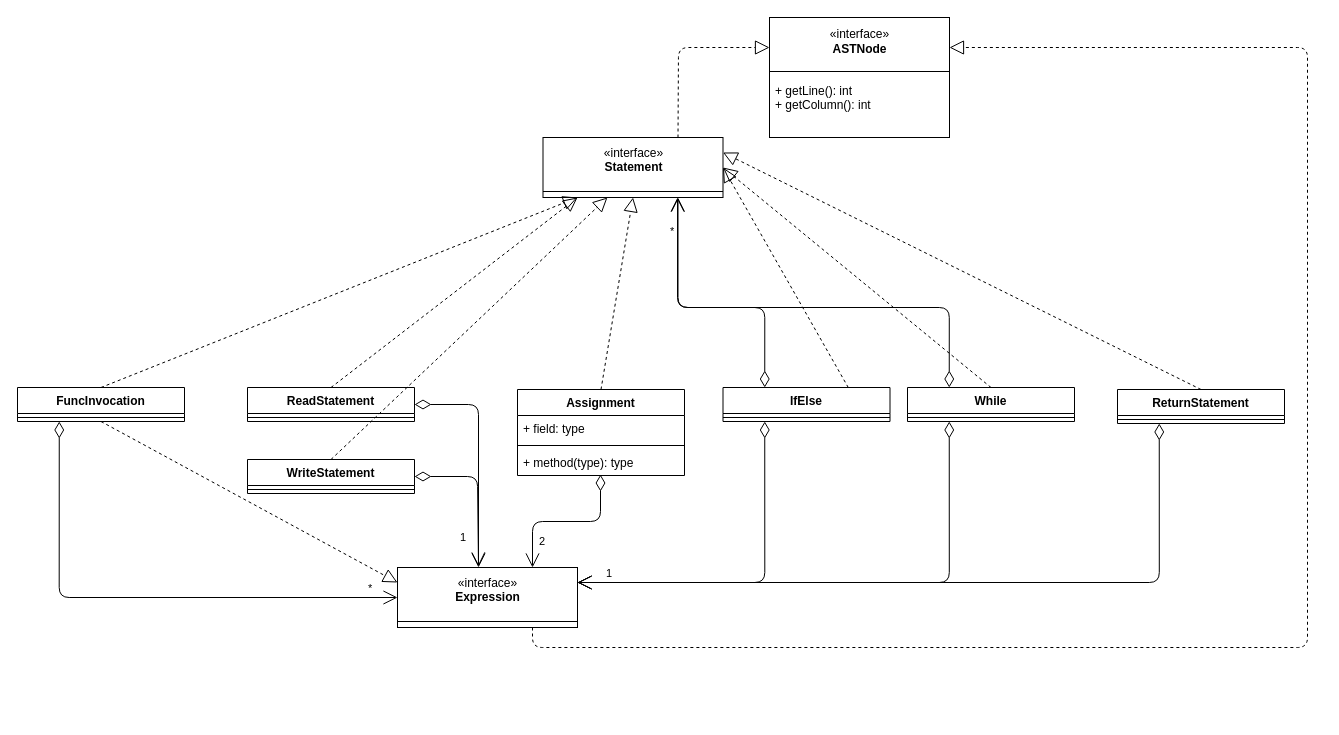
This is src/diagrams/statements.drawio from UO258220/DLP_cmm, a draw.io file, before an edit. Source tidied: cells renumbered, new cells numbered last; positions are measured from the earlier drawing's top-left corner, leaving out a move shared by most shapes. Both pictures are drawn from the tidied source at 100%, with x=0, y=0 at pixel (17, 17).
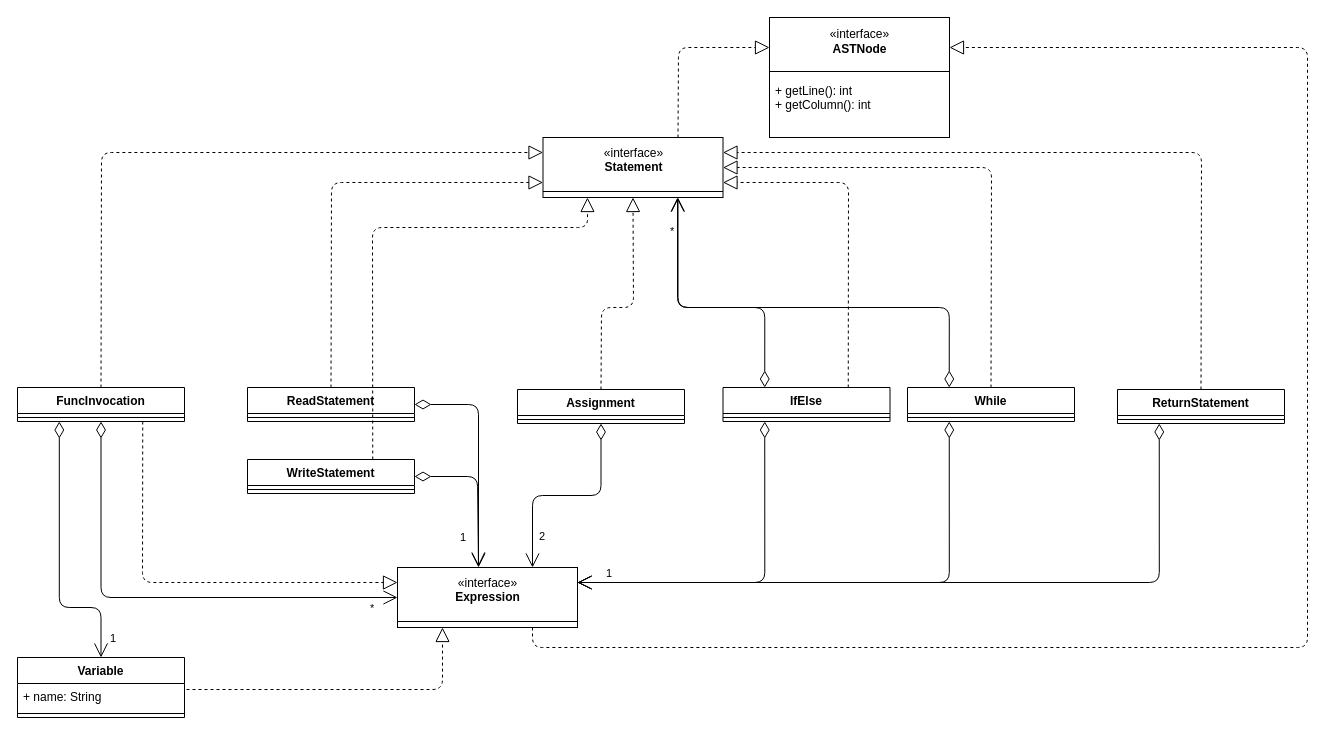
Above is the later version.

Unchanged cells that the change refers to:
```xml
<mxCell id="3" value="«interface»&lt;br&gt;&lt;b&gt;Expression&lt;br&gt;&lt;br&gt;&lt;/b&gt;" style="html=1;" parent="2" vertex="1">
  <mxGeometry width="180" height="60" as="geometry" />
</mxCell>
<mxCell id="10" value="«interface»&lt;br&gt;&lt;b&gt;Statement&lt;br&gt;&lt;br&gt;&lt;/b&gt;" style="html=1;" parent="9" vertex="1">
  <mxGeometry width="180" height="60" as="geometry" />
</mxCell>
<mxCell id="11" style="line;strokeWidth=1;fillColor=none;align=left;verticalAlign=middle;spacingTop=-1;spacingLeft=3;spacingRight=3;labelPosition=right;points=[];portConstraint=eastwest;" parent="9" vertex="1">
  <mxGeometry y="50" width="180" height="8" as="geometry" />
</mxCell>
<mxCell id="20" value="ReadStatement" style="swimlane;fontStyle=1;align=center;verticalAlign=top;horizontal=1;startSize=26;" parent="1" vertex="1">
  <mxGeometry x="230" y="370" width="167" height="34" as="geometry" />
</mxCell>
<mxCell id="22" value="WriteStatement" style="swimlane;fontStyle=1;align=center;verticalAlign=top;horizontal=1;startSize=26;" parent="1" vertex="1">
  <mxGeometry x="230" y="442" width="167" height="34" as="geometry" />
</mxCell>
<mxCell id="28" value="IfElse" style="swimlane;fontStyle=1;align=center;verticalAlign=top;horizontal=1;startSize=26;" parent="1" vertex="1">
  <mxGeometry x="705.5" y="370" width="167" height="34" as="geometry" />
</mxCell>
<mxCell id="33" value="While" style="swimlane;fontStyle=1;align=center;verticalAlign=top;horizontal=1;startSize=26;" parent="1" vertex="1">
  <mxGeometry x="890" y="370" width="167" height="34" as="geometry" />
</mxCell>
<mxCell id="38" value="ReturnStatement" style="swimlane;fontStyle=1;align=center;verticalAlign=top;horizontal=1;startSize=26;" parent="1" vertex="1">
  <mxGeometry x="1100" y="372" width="167" height="34" as="geometry" />
</mxCell>
<mxCell id="42" value="FuncInvocation" style="swimlane;fontStyle=1;align=center;verticalAlign=top;horizontal=1;startSize=26;" parent="1" vertex="1">
  <mxGeometry y="370" width="167" height="34" as="geometry" />
</mxCell>
```

What changed in the source:
```diff
@@
     <mxCell id="5" value="Assignment" style="swimlane;fontStyle=1;align=center;verticalAlign=top;horizontal=1;startSize=26;" parent="1" vertex="1">
-      <mxGeometry x="500" y="372" width="167" height="86" as="geometry" />
+      <mxGeometry x="500" y="372" width="167" height="34" as="geometry" />
     </mxCell>
-    <mxCell id="6" value="+ field: type" style="text;strokeColor=none;fillColor=none;align=left;verticalAlign=top;spacingLeft=4;spacingRight=4;overflow=hidden;" parent="5" vertex="1">
-      <mxGeometry y="26" width="167" height="26" as="geometry" />
-    </mxCell>
     <mxCell id="7" style="line;strokeWidth=1;fillColor=none;align=left;verticalAlign=middle;spacingTop=-1;spacingLeft=3;spacingRight=3;labelPosition=right;" parent="5" vertex="1">
-      <mxGeometry y="52" width="167" height="8" as="geometry" />
+      <mxGeometry y="26" width="167" height="8" as="geometry" />
     </mxCell>
-    <mxCell id="8" value="+ method(type): type" style="text;strokeColor=none;fillColor=none;align=left;verticalAlign=top;spacingLeft=4;spacingRight=4;overflow=hidden;points=[[0,0.5],[1,0.5]];portConstraint=eastwest;" parent="5" vertex="1">
-      <mxGeometry y="60" width="167" height="26" as="geometry" />
-    </mxCell>
@@
     <mxCell id="12" style="endArrow=block;dashed=1;endFill=0;endSize=12;html=1;entryX=0.5;entryY=1;entryDx=0;entryDy=0;exitX=0.5;exitY=0;exitDx=0;exitDy=0;" parent="1" edge="1" source="5" target="10">
-      <mxGeometry relative="1" as="geometry" />
+      <mxGeometry relative="1" as="geometry">
+        <Array as="points">
+          <mxPoint x="584" y="290" />
+          <mxPoint x="616" y="290" />
+        </Array>
+      </mxGeometry>
     </mxCell>
-    <mxCell id="13" value="2" style="endArrow=open;html=1;endSize=12;startArrow=diamondThin;startSize=14;startFill=0;edgeStyle=orthogonalEdgeStyle;align=left;verticalAlign=bottom;entryX=0.75;entryY=0;entryDx=0;entryDy=0;exitX=0.497;exitY=0.962;exitDx=0;exitDy=0;exitPerimeter=0;" parent="1" edge="1" source="8" target="3">
+    <mxCell id="13" value="2" style="endArrow=open;html=1;endSize=12;startArrow=diamondThin;startSize=14;startFill=0;edgeStyle=orthogonalEdgeStyle;align=left;verticalAlign=bottom;entryX=0.75;entryY=0;entryDx=0;entryDy=0;exitX=0.5;exitY=1;exitDx=0;exitDy=0;" parent="1" edge="1" source="5" target="3">
       <mxGeometry x="0.79" y="5" relative="1" as="geometry" />
     </mxCell>
@@
-    <mxCell id="24" style="endArrow=block;dashed=1;endFill=0;endSize=12;html=1;entryX=0.358;entryY=1.25;entryDx=0;entryDy=0;exitX=0.5;exitY=0;exitDx=0;exitDy=0;entryPerimeter=0;" parent="1" edge="1" source="22" target="11">
-      <mxGeometry relative="1" as="geometry" />
+    <mxCell id="24" style="endArrow=block;dashed=1;endFill=0;endSize=12;html=1;entryX=0.247;entryY=1;entryDx=0;entryDy=0;exitX=0.75;exitY=0;exitDx=0;exitDy=0;entryPerimeter=0;" parent="1" edge="1" source="22" target="10">
+      <mxGeometry relative="1" as="geometry">
+        <Array as="points">
+          <mxPoint x="355" y="210" />
+          <mxPoint x="570" y="210" />
+        </Array>
+      </mxGeometry>
     </mxCell>
-    <mxCell id="25" style="endArrow=block;dashed=1;endFill=0;endSize=12;html=1;entryX=0.192;entryY=1;entryDx=0;entryDy=0;exitX=0.5;exitY=0;exitDx=0;exitDy=0;entryPerimeter=0;" parent="1" edge="1" source="20" target="10">
-      <mxGeometry relative="1" as="geometry" />
+    <mxCell id="25" style="endArrow=block;dashed=1;endFill=0;endSize=12;html=1;entryX=0;entryY=0.75;entryDx=0;entryDy=0;exitX=0.5;exitY=0;exitDx=0;exitDy=0;" parent="1" edge="1" source="20" target="10">
+      <mxGeometry relative="1" as="geometry">
+        <Array as="points">
+          <mxPoint x="314" y="165" />
+        </Array>
+      </mxGeometry>
     </mxCell>
@@
-    <mxCell id="32" style="endArrow=block;dashed=1;endFill=0;endSize=12;html=1;exitX=0.75;exitY=0;exitDx=0;exitDy=0;entryX=1;entryY=0.5;entryDx=0;entryDy=0;" parent="1" edge="1" source="28" target="10">
-      <mxGeometry relative="1" as="geometry" />
+    <mxCell id="32" style="endArrow=block;dashed=1;endFill=0;endSize=12;html=1;exitX=0.75;exitY=0;exitDx=0;exitDy=0;entryX=1;entryY=0.75;entryDx=0;entryDy=0;" parent="1" edge="1" source="28" target="10">
+      <mxGeometry relative="1" as="geometry">
+        <Array as="points">
+          <mxPoint x="831" y="165" />
+        </Array>
+      </mxGeometry>
     </mxCell>
@@
     <mxCell id="36" style="endArrow=block;dashed=1;endFill=0;endSize=12;html=1;entryX=1;entryY=0.5;entryDx=0;entryDy=0;exitX=0.5;exitY=0;exitDx=0;exitDy=0;" parent="1" edge="1" source="33" target="10">
-      <mxGeometry relative="1" as="geometry" />
+      <mxGeometry relative="1" as="geometry">
+        <Array as="points">
+          <mxPoint x="974" y="150" />
+        </Array>
+      </mxGeometry>
     </mxCell>
@@
     <mxCell id="41" style="endArrow=block;dashed=1;endFill=0;endSize=12;html=1;exitX=0.5;exitY=0;exitDx=0;exitDy=0;entryX=1;entryY=0.25;entryDx=0;entryDy=0;" parent="1" edge="1" source="38" target="10">
-      <mxGeometry relative="1" as="geometry" />
+      <mxGeometry relative="1" as="geometry">
+        <Array as="points">
+          <mxPoint x="1184" y="135" />
+        </Array>
+      </mxGeometry>
     </mxCell>
@@
-    <mxCell id="44" value="*" style="endArrow=open;html=1;endSize=12;startArrow=diamondThin;startSize=14;startFill=0;edgeStyle=orthogonalEdgeStyle;align=left;verticalAlign=bottom;entryX=0;entryY=0.5;entryDx=0;entryDy=0;exitX=0.25;exitY=1;exitDx=0;exitDy=0;" parent="1" edge="1" source="42" target="3">
-      <mxGeometry x="0.88" relative="1" as="geometry">
+    <mxCell id="44" value="*" style="endArrow=open;html=1;endSize=12;startArrow=diamondThin;startSize=14;startFill=0;edgeStyle=orthogonalEdgeStyle;align=left;verticalAlign=bottom;entryX=0;entryY=0.5;entryDx=0;entryDy=0;exitX=0.5;exitY=1;exitDx=0;exitDy=0;" parent="1" edge="1" source="42" target="3">
+      <mxGeometry x="0.87" y="-20" relative="1" as="geometry">
         <Array as="points">
-          <mxPoint x="42" y="580" />
+          <mxPoint x="84" y="580" />
         </Array>
+        <mxPoint x="1" as="offset" />
       </mxGeometry>
     </mxCell>
-    <mxCell id="45" style="endArrow=block;dashed=1;endFill=0;endSize=12;html=1;exitX=0.5;exitY=0;exitDx=0;exitDy=0;" parent="1" edge="1" source="42">
+    <mxCell id="45" style="endArrow=block;dashed=1;endFill=0;endSize=12;html=1;exitX=0.5;exitY=0;exitDx=0;exitDy=0;entryX=0;entryY=0.25;entryDx=0;entryDy=0;" parent="1" edge="1" source="42" target="10">
       <mxGeometry relative="1" as="geometry">
-        <mxPoint x="560" y="180" as="targetPoint" />
+        <Array as="points">
+          <mxPoint x="84" y="135" />
+        </Array>
       </mxGeometry>
     </mxCell>
@@
-    <mxCell id="47" style="endArrow=block;dashed=1;endFill=0;endSize=12;html=1;exitX=0.5;exitY=1;exitDx=0;exitDy=0;entryX=0;entryY=0.25;entryDx=0;entryDy=0;" parent="1" edge="1" source="42" target="3">
-      <mxGeometry relative="1" as="geometry" />
+    <mxCell id="47" style="endArrow=block;dashed=1;endFill=0;endSize=12;html=1;exitX=0.75;exitY=1;exitDx=0;exitDy=0;entryX=0;entryY=0.25;entryDx=0;entryDy=0;" parent="1" edge="1" source="42" target="3">
+      <mxGeometry relative="1" as="geometry">
+        <Array as="points">
+          <mxPoint x="125" y="565" />
+        </Array>
+      </mxGeometry>
     </mxCell>
+    <mxCell id="48" value="Variable" style="swimlane;fontStyle=1;align=center;verticalAlign=top;horizontal=1;startSize=26;" parent="1" vertex="1">
+      <mxGeometry y="640" width="167" height="60" as="geometry" />
+    </mxCell>
+    <mxCell id="49" value="+ name: String" style="text;strokeColor=none;fillColor=none;align=left;verticalAlign=top;spacingLeft=4;spacingRight=4;overflow=hidden;points=[[0,0.5],[1,0.5]];portConstraint=eastwest;" parent="48" vertex="1">
+      <mxGeometry y="26" width="167" height="26" as="geometry" />
+    </mxCell>
+    <mxCell id="50" style="line;strokeWidth=1;fillColor=none;align=left;verticalAlign=middle;spacingTop=-1;spacingLeft=3;spacingRight=3;labelPosition=right;" parent="48" vertex="1">
+      <mxGeometry y="52" width="167" height="8" as="geometry" />
+    </mxCell>
+    <mxCell id="51" value="1" style="endArrow=open;html=1;endSize=12;startArrow=diamondThin;startSize=14;startFill=0;edgeStyle=orthogonalEdgeStyle;align=left;verticalAlign=bottom;entryX=0.5;entryY=0;entryDx=0;entryDy=0;exitX=0.25;exitY=1;exitDx=0;exitDy=0;" parent="1" edge="1">
+      <mxGeometry x="0.93" y="7" relative="1" as="geometry">
+        <mxPoint x="41.8" y="404" as="sourcePoint" />
+        <mxPoint x="83.5" y="640" as="targetPoint" />
+        <Array as="points">
+          <mxPoint x="42" y="590" />
+          <mxPoint x="84" y="590" />
+        </Array>
+      </mxGeometry>
+    </mxCell>
+    <mxCell id="52" style="endArrow=block;dashed=1;endFill=0;endSize=12;html=1;exitX=1.012;exitY=0.231;exitDx=0;exitDy=0;exitPerimeter=0;entryX=0.25;entryY=1;entryDx=0;entryDy=0;" parent="1" edge="1" source="49" target="3">
+      <mxGeometry relative="1" as="geometry">
+        <Array as="points">
+          <mxPoint x="425" y="672" />
+        </Array>
+      </mxGeometry>
+    </mxCell>
```
